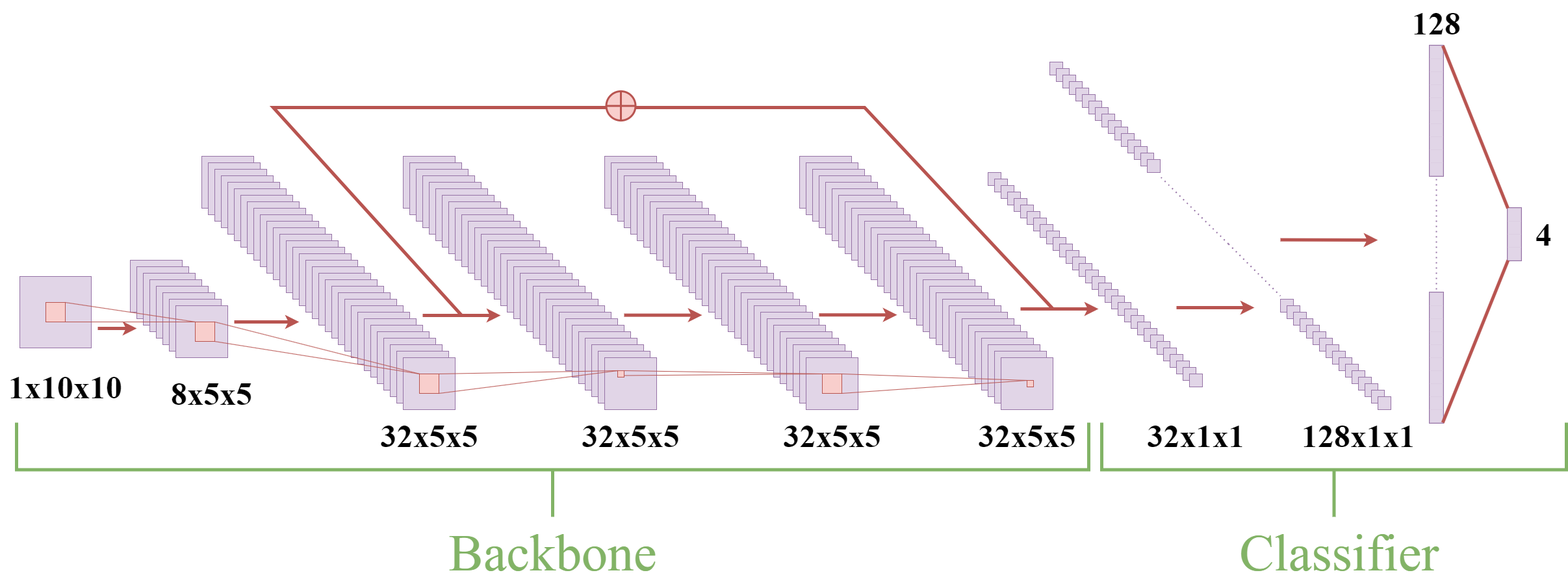
This is cnn.drawio.png from Purer-lyk/network_pic, a draw.io export, as it was before one commit. Source tidied: cells renumbered, new cells last; positions are measured from the earlier drawing's top-left corner, leaving out a move shared by most shapes.
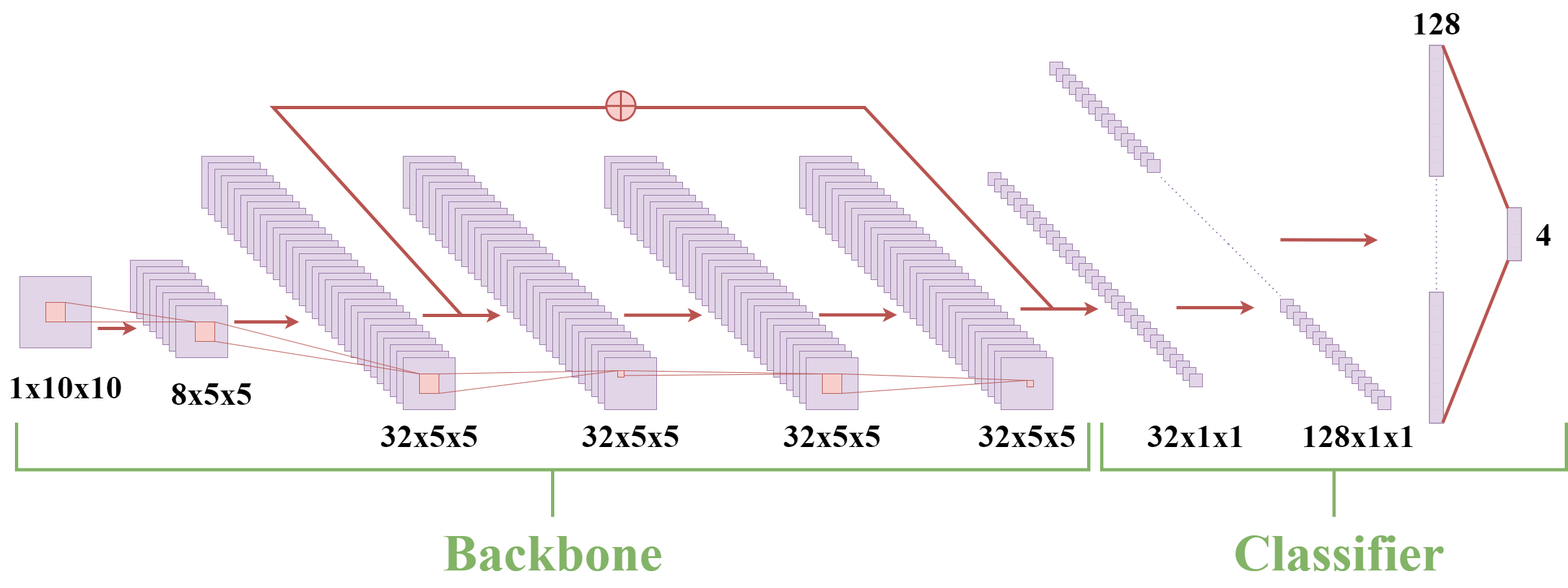
The same diagram one commit later.

What changed in the source:
```diff
@@ -925,14 +925,14 @@
     <mxCell id="295" style="strokeWidth=5;html=1;shape=mxgraph.flowchart.annotation_2;align=left;labelPosition=right;direction=north;fillColor=#d5e8d4;strokeColor=#82b366;" parent="1" vertex="1">
       <mxGeometry x="25" y="650" width="1650" height="145" as="geometry" />
     </mxCell>
-    <mxCell id="296" value="&lt;font color=&quot;#82b366&quot; face=&quot;Times New Roman&quot; style=&quot;font-size: 80px;&quot;&gt;Backbone&lt;/font&gt;" style="text;html=1;align=center;verticalAlign=middle;" parent="1" vertex="1">
-      <mxGeometry x="680" y="795" width="340" height="110" as="geometry" />
+    <mxCell id="296" value="&lt;font color=&quot;#82b366&quot; face=&quot;Times New Roman&quot; style=&quot;font-size: 80px;&quot;&gt;&lt;b&gt;Backbone&lt;/b&gt;&lt;/font&gt;" style="text;html=1;align=center;verticalAlign=middle;" parent="1" vertex="1">
+      <mxGeometry x="670" y="795" width="360" height="110" as="geometry" />
     </mxCell>
     <mxCell id="297" style="strokeWidth=5;html=1;shape=mxgraph.flowchart.annotation_2;align=left;labelPosition=right;direction=north;fillColor=#d5e8d4;strokeColor=#82b366;" parent="1" vertex="1">
       <mxGeometry x="1695" y="650" width="715" height="145" as="geometry" />
     </mxCell>
-    <mxCell id="298" value="&lt;font color=&quot;#82b366&quot; face=&quot;Times New Roman&quot; style=&quot;font-size: 80px;&quot;&gt;Classifier&lt;/font&gt;" style="text;html=1;align=center;verticalAlign=middle;" parent="1" vertex="1">
-      <mxGeometry x="1895" y="795" width="330" height="110" as="geometry" />
+    <mxCell id="298" value="&lt;font color=&quot;#82b366&quot; face=&quot;Times New Roman&quot; style=&quot;font-size: 80px;&quot;&gt;&lt;b&gt;Classifier&lt;/b&gt;&lt;/font&gt;" style="text;html=1;align=center;verticalAlign=middle;" parent="1" vertex="1">
+      <mxGeometry x="1885" y="795" width="350" height="110" as="geometry" />
     </mxCell>
   </root>
 </mxGraphModel>
```
